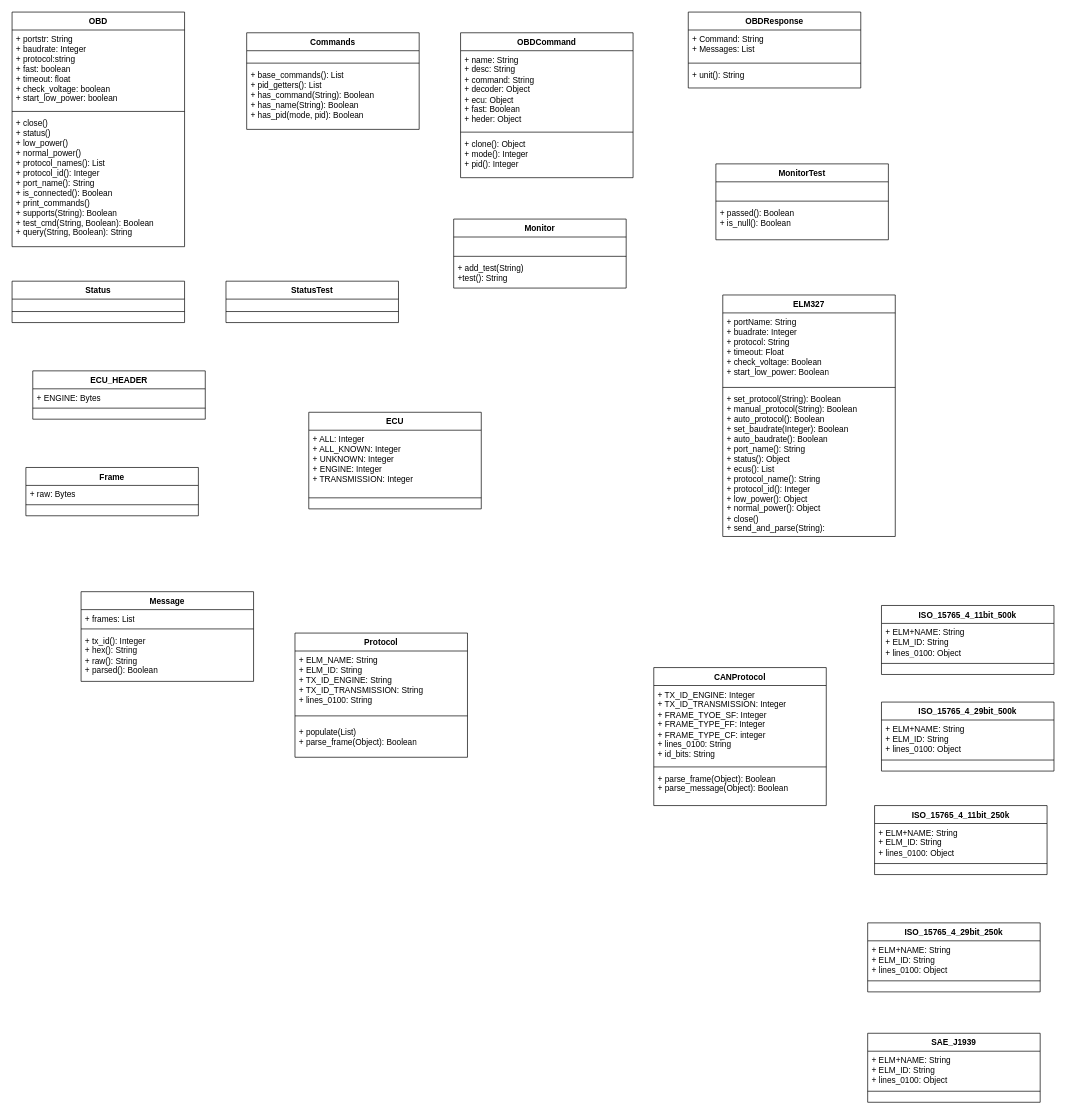
This is docs/python-OBD.drawio from ironiot/bcit-issp, a draw.io file, before an edit. Source tidied: cells renumbered, new cells numbered last; positions are measured from the earlier drawing's top-left corner, leaving out a move shared by most shapes. Both pictures are drawn from the tidied source at 69%, with x=0, y=0 at pixel (12, 12).
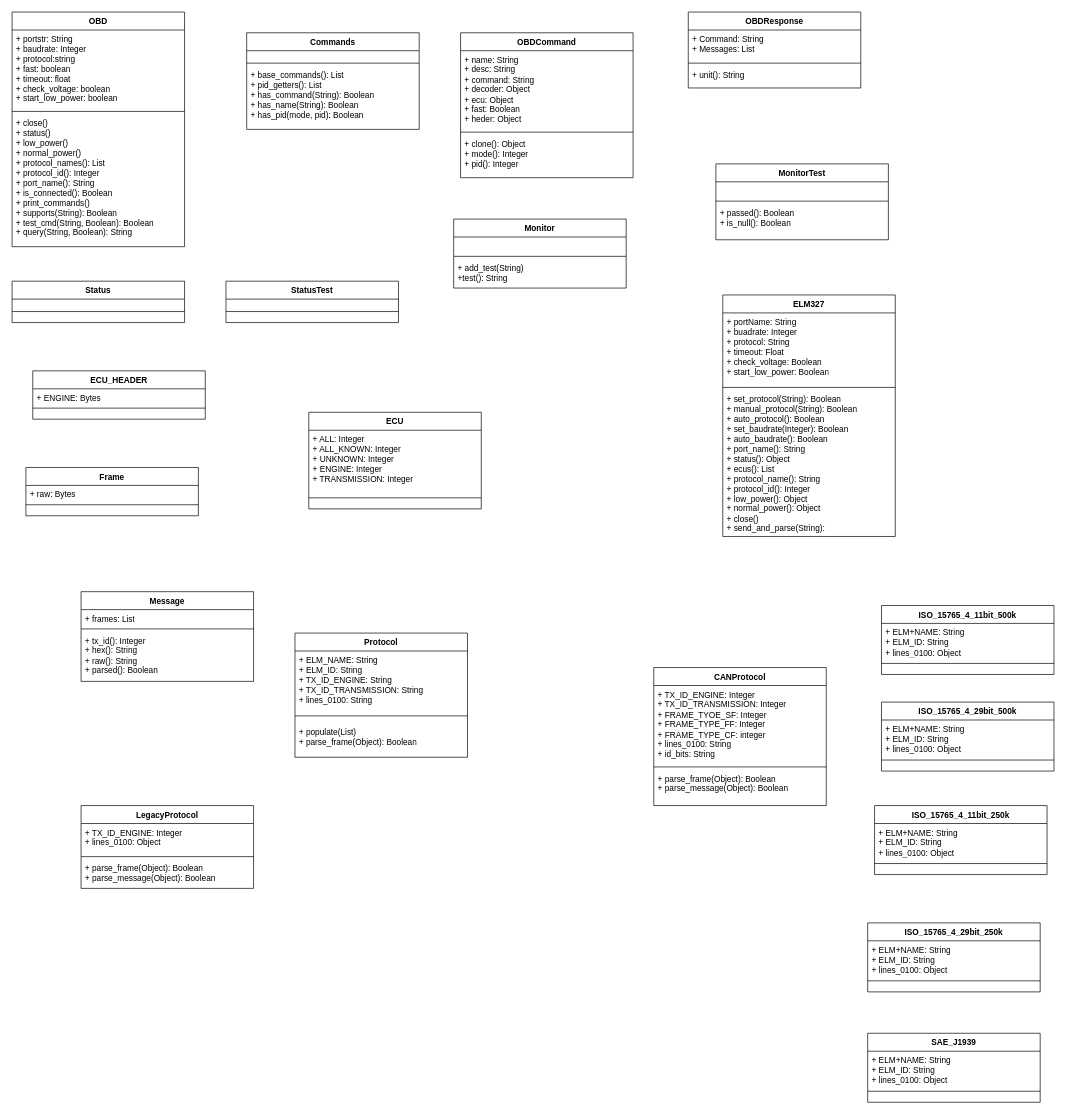
The same page after the edit.

Commit message (it also covers changes not shown here):
added a UML class diagram for LegacyProtocol class

What changed in the source:
```diff
@@
+    <mxCell id="82" value="LegacyProtocol" style="swimlane;fontStyle=1;align=center;verticalAlign=top;horizontal=1;startSize=26;whiteSpace=wrap;html=1;" parent="1" vertex="1">
+      <mxGeometry x="100" y="1150" width="250" height="120" as="geometry" />
+    </mxCell>
+    <mxCell id="83" value="&lt;div&gt;+ TX_ID_ENGINE: Integer&lt;/div&gt;&lt;div&gt;+ lines_0100: Object&lt;/div&gt;" style="text;strokeColor=none;fillColor=none;align=left;verticalAlign=top;spacingLeft=4;spacingRight=4;overflow=hidden;whiteSpace=wrap;html=1;" parent="82" vertex="1">
+      <mxGeometry y="26" width="250" height="44" as="geometry" />
+    </mxCell>
+    <mxCell id="84" style="line;strokeWidth=1;fillColor=none;align=left;verticalAlign=middle;spacingTop=-1;spacingLeft=3;spacingRight=3;labelPosition=right;strokeColor=inherit;" parent="82" vertex="1">
+      <mxGeometry y="70" width="250" height="8" as="geometry" />
+    </mxCell>
+    <mxCell id="85" value="&lt;div&gt;+ parse_frame(Object): Boolean&lt;/div&gt;&lt;div&gt;+ parse_message(Object): Boolean&lt;/div&gt;&lt;div&gt;&lt;br&gt;&lt;/div&gt;" style="text;strokeColor=none;fillColor=none;align=left;verticalAlign=top;spacingLeft=4;spacingRight=4;overflow=hidden;whiteSpace=wrap;html=1;" parent="82" vertex="1">
+      <mxGeometry y="78" width="250" height="42" as="geometry" />
+    </mxCell>
```
